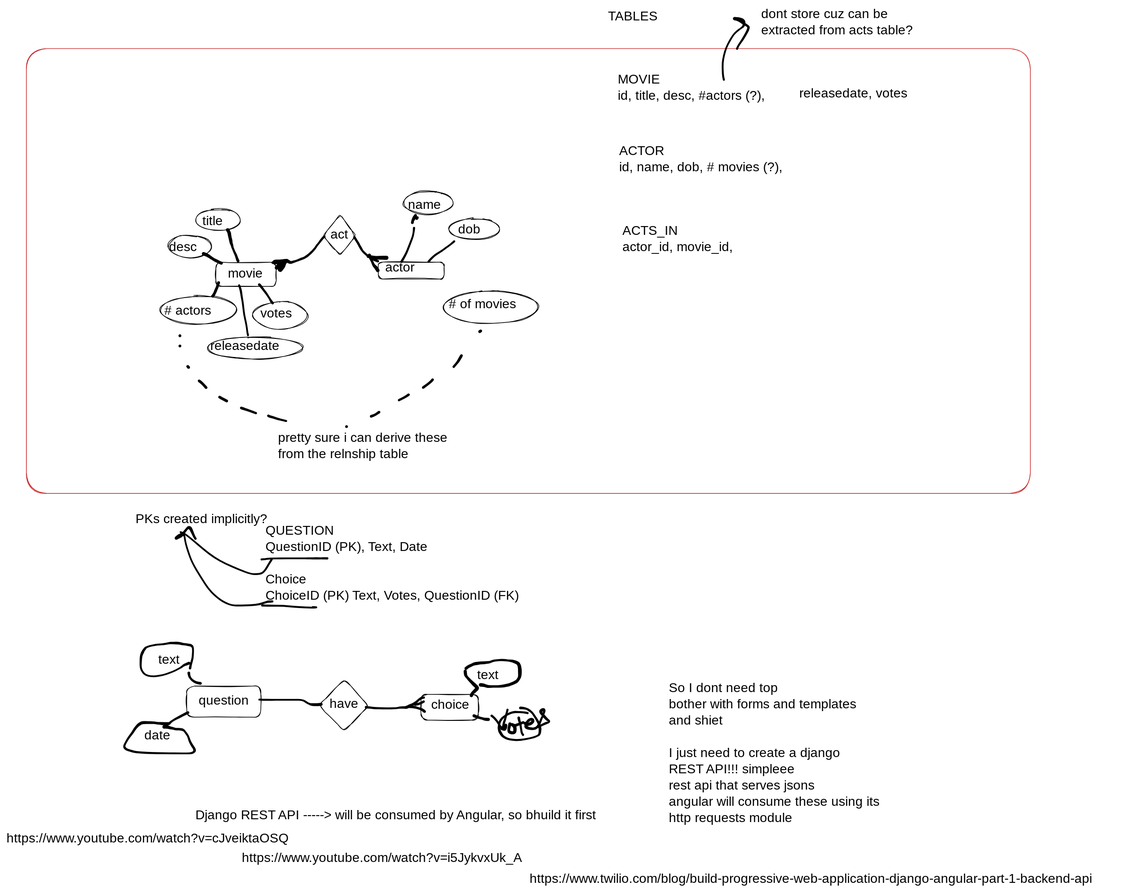
This is notes.excalidraw.svg from devDogra/movies-website, a Excalidraw export, as it was before one commit. Source tidied: one line per element, renumbered; positions are measured from the earlier drawing's top-left corner, leaving out a move shared by most shapes.
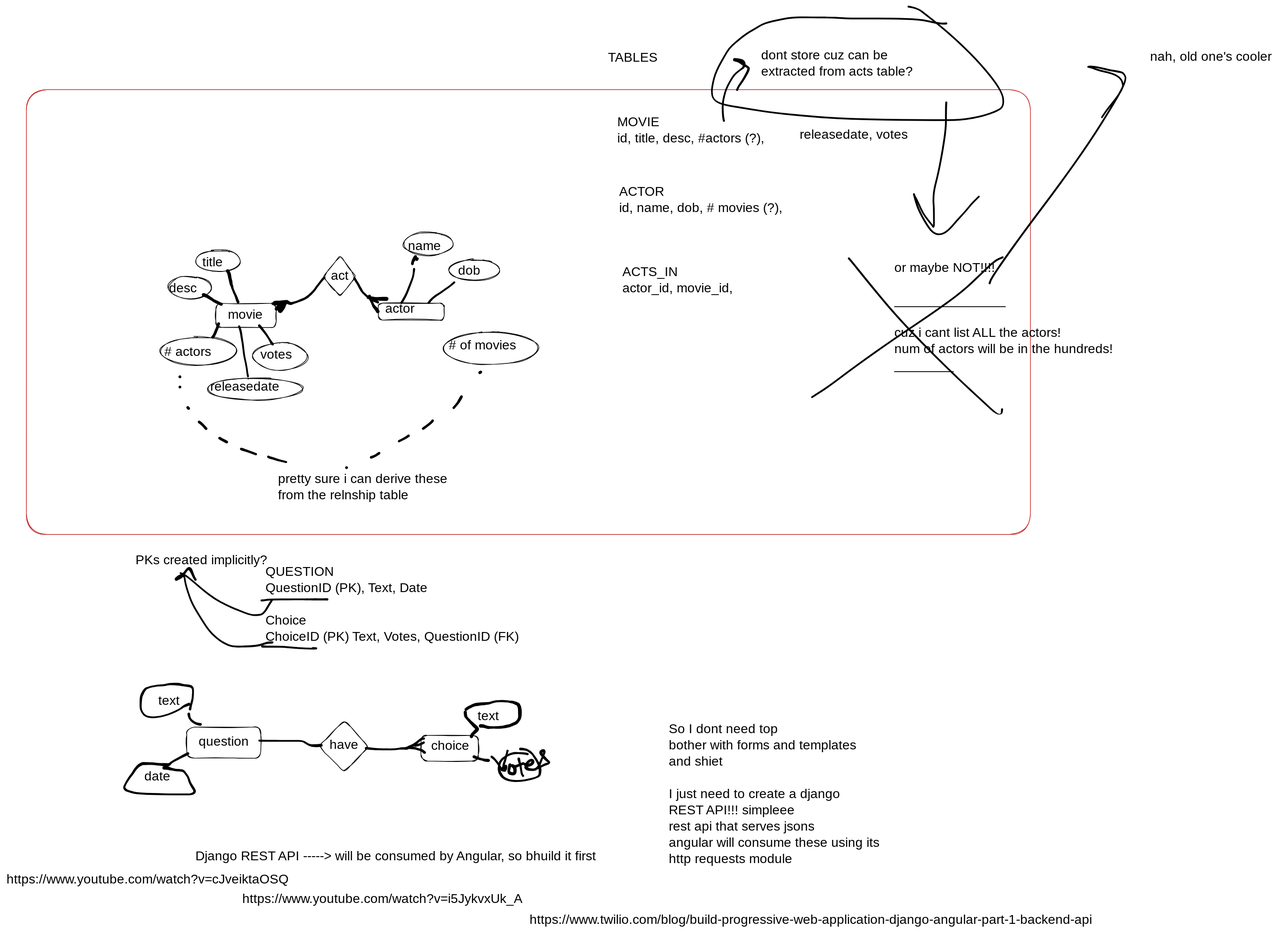
The same diagram one commit later.

Diff of the diagram source:
```diff
@@ -81,7 +81,7 @@
 {"id": 80, "type": "freedraw", "strokeColor": "#000000", "strokeWidth": 1, "roughness": 1, "x": 557, "y": 385, "width": 28, "height": 2, "points": [[0, 0], [1, 1], [1, 1], [3, 1], [7, 1], [10, 1], [11, 2], [12, 2], [13, 2], [14, 2], [15, 2], [16, 2], [17, 2], [19, 2], [20, 2], [21, 2], [23, 2], [25, 2], [26, 2], [26, 2], [27, 2], [28, 2], [28, 2]]}
 {"id": 81, "type": "freedraw", "strokeColor": "#000000", "strokeWidth": 1, "roughness": 1, "x": 559, "y": 383, "width": 15, "height": 24, "points": [[0, 0], [1, 2], [1, 3], [2, 8], [5, 11], [6, 14], [6, 15], [7, 16], [8, 17], [9, 18], [10, 19], [11, 20], [13, 22], [15, 24], [14, 24], [13, 24], [13, 24]]}
 {"id": 82, "type": "rectangle", "strokeColor": "#c92a2a", "strokeWidth": 1, "roughness": 1, "round": true, "x": 31, "y": 65, "width": 1545, "height": 685}
-{"id": 83, "type": "text", "text": "MOVIE\nid, title, desc, #actors (?), ", "strokeColor": "#000000", "strokeWidth": 1, "roughness": 1, "fontSize": 20, "fontFamily": 1, "x": 941, "y": 100, "width": 279, "height": 50}
+{"id": 83, "type": "text", "text": "MOVIE\nid, title, desc, #actors (?), ", "strokeColor": "#000000", "strokeWidth": 1, "roughness": 1, "fontSize": 20, "fontFamily": 1, "x": 940, "y": 103, "width": 279, "height": 50}
 {"id": 84, "type": "freedraw", "strokeColor": "#000000", "strokeWidth": 1, "roughness": 1, "x": 1104, "y": 113, "width": 42, "height": 94, "points": [[0, 0], [0, 0], [-2, -1], [-2, -10], [-2, -21], [-2, -34], [1, -46], [6, -58], [12, -65], [17, -74], [20, -76], [25, -78], [27, -80], [30, -82], [31, -83], [31, -85], [31, -87], [31, -88], [31, -89], [30, -90], [28, -92], [26, -93], [24, -93], [20, -94], [17, -94], [15, -94], [16, -94], [17, -94], [23, -92], [26, -90], [31, -86], [35, -84], [38, -82], [39, -82], [39, -81], [37, -74], [31, -65], [26, -56], [21, -51], [20, -49], [20, -47], [20, -47]]}
 {"id": 85, "type": "text", "text": "dont store cuz can be\nextracted from acts table?", "strokeColor": "#000000", "strokeWidth": 1, "roughness": 1, "fontSize": 20, "fontFamily": 1, "x": 1162, "y": 0, "width": 278, "height": 50}
 {"id": 86, "type": "text", "text": "releasedate, votes\n\n", "strokeColor": "#000000", "strokeWidth": 1, "roughness": 1, "fontSize": 20, "fontFamily": 1, "x": 1220, "y": 122, "width": 188, "height": 75}
@@ -92,3 +92,10 @@
 {"id": 91, "type": "freedraw", "strokeColor": "#000000", "strokeWidth": 1, "roughness": 1, "x": 625, "y": 333, "width": 7, "height": 13, "points": [[0, 0], [-1, -3], [1, -6], [3, -9], [4, -11], [6, -13], [0, 0]]}
 {"id": 92, "type": "text", "text": "ACTS_IN\nactor_id, movie_id, ", "strokeColor": "#000000", "strokeWidth": 1, "roughness": 1, "fontSize": 20, "fontFamily": 1, "x": 948, "y": 334, "width": 200, "height": 50}
 {"id": 93, "type": "text", "text": "TABLES", "strokeColor": "#000000", "strokeWidth": 1, "roughness": 1, "fontSize": 20, "fontFamily": 1, "x": 926, "y": 4, "width": 82, "height": 25}
+{"id": 94, "type": "freedraw", "strokeColor": "#000000", "strokeWidth": 1, "roughness": 1, "x": 1446, "y": -37, "width": 452, "height": 175, "points": [[0, 0], [-11, 1], [-27, -3], [-64, -8], [-109, -8], [-151, -8], [-176, -9], [-201, -9], [-219, -9], [-237, -9], [-272, -3], [-291, 4], [-311, 17], [-332, 36], [-347, 61], [-361, 89], [-362, 114], [-336, 131], [-239, 142], [-134, 149], [-32, 149], [51, 149], [86, 132], [89, 126], [86, 101], [24, 29], [-37, -19], [-47, -26], [-57, -26], [-59, -26]]}
+{"id": 95, "type": "freedraw", "strokeColor": "#000000", "strokeWidth": 1, "roughness": 1, "x": 1446, "y": 84, "width": 103, "height": 206, "points": [[0, 0], [-1, 11], [-1, 31], [-1, 54], [-9, 97], [-17, 136], [-24, 154], [-21, 162], [-19, 164], [-19, 166], [-19, 176], [-19, 184], [-19, 189], [-19, 194], [-21, 192], [-32, 176], [-42, 162], [-46, 149], [-49, 142], [-51, 141], [-51, 139], [-49, 146], [-46, 157], [-39, 176], [-27, 194], [-21, 202], [-16, 206], [-7, 206], [3, 201], [13, 189], [24, 172], [38, 159], [46, 147], [53, 142], [53, 142]]}
+{"id": 96, "type": "text", "text": "or maybe NOT!!!!\n\n_______________\n\ncuz i cant list ALL the actors!\nnum of actors will be in the hundreds!\n________", "strokeColor": "#000000", "strokeWidth": 1, "roughness": 1, "fontSize": 20, "fontFamily": 1, "x": 1366, "y": 327, "width": 373, "height": 175}
+{"id": 97, "type": "freedraw", "strokeColor": "#000000", "strokeWidth": 1, "roughness": 1, "x": 1533, "y": 323, "width": 299, "height": 223, "points": [[0, 0], [-2, -1], [-21, 9], [-47, 39], [-84, 74], [-144, 112], [-207, 152], [-271, 199], [-299, 222], [-299, 219], [-299, 219]]}
+{"id": 98, "type": "freedraw", "strokeColor": "#000000", "strokeWidth": 1, "roughness": 1, "x": 1296, "y": 324, "width": 241, "height": 252, "points": [[0, 0], [3, 2], [9, 11], [48, 59], [101, 122], [151, 171], [204, 221], [239, 251], [241, 252], [241, 241], [236, 231], [236, 231]]}
+{"id": 99, "type": "freedraw", "strokeColor": "#000000", "strokeWidth": 1, "roughness": 1, "x": 1513, "y": 363, "width": 218, "height": 334, "points": [[0, 0], [4, -13], [38, -59], [84, -123], [141, -196], [191, -269], [218, -319], [218, -324], [213, -326], [204, -326], [203, -326], [198, -326], [188, -328], [176, -329], [161, -334], [154, -334], [151, -334], [149, -333], [161, -331], [178, -324], [191, -323], [199, -319], [204, -314], [206, -309], [206, -304], [206, -299], [199, -289], [188, -274], [173, -258], [171, -253], [171, -253]]}
+{"id": 100, "type": "text", "text": "nah, old one's cooler", "strokeColor": "#000000", "strokeWidth": 1, "roughness": 1, "fontSize": 20, "fontFamily": 1, "x": 1760, "y": 2, "width": 201, "height": 25}
```
